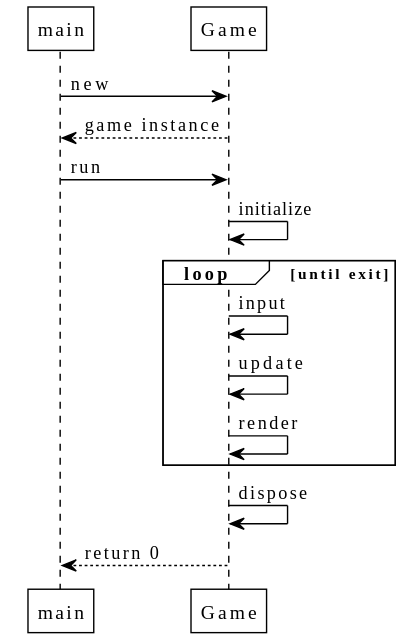
Above: docs/images/illustrations/game-loop-sequence-diagram.svg in mcgivrer/fromClassToGame (PlantUML), before the change.
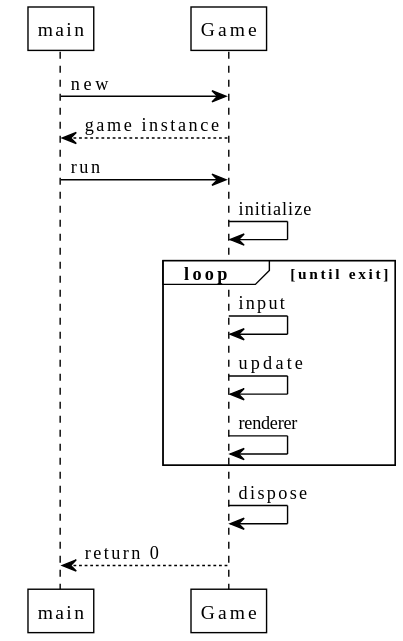
Later version of the same file.

Change to the diagram source:
```diff
@@ -7,7 +7,7 @@
 loop until exit
   Game -> Game : input
   Game -> Game : update
-  Game -> Game : render
+  Game -> Game : renderer
 end loop
 Game -> Game : dispose
 Game --> main : return 0
```
